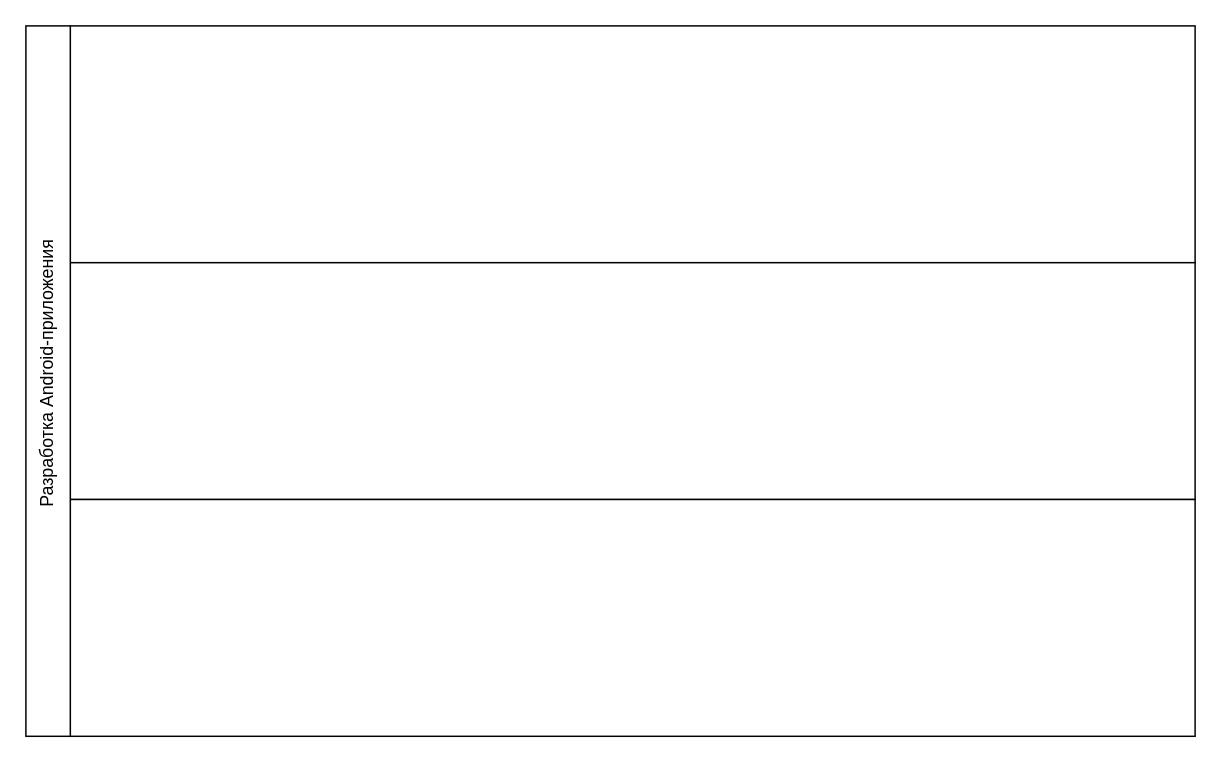
pewish/LR2-SARO keeps this draw.io diagram as Диаграмма без названия.drawio. Above is the earlier version. Source tidied: cells renumbered, new cells numbered last; positions are measured from the earlier drawing's top-left corner, leaving out a move shared by most shapes. Both pictures are drawn from the tidied source at 148%, with x=0, y=0 at pixel (-93, 25).
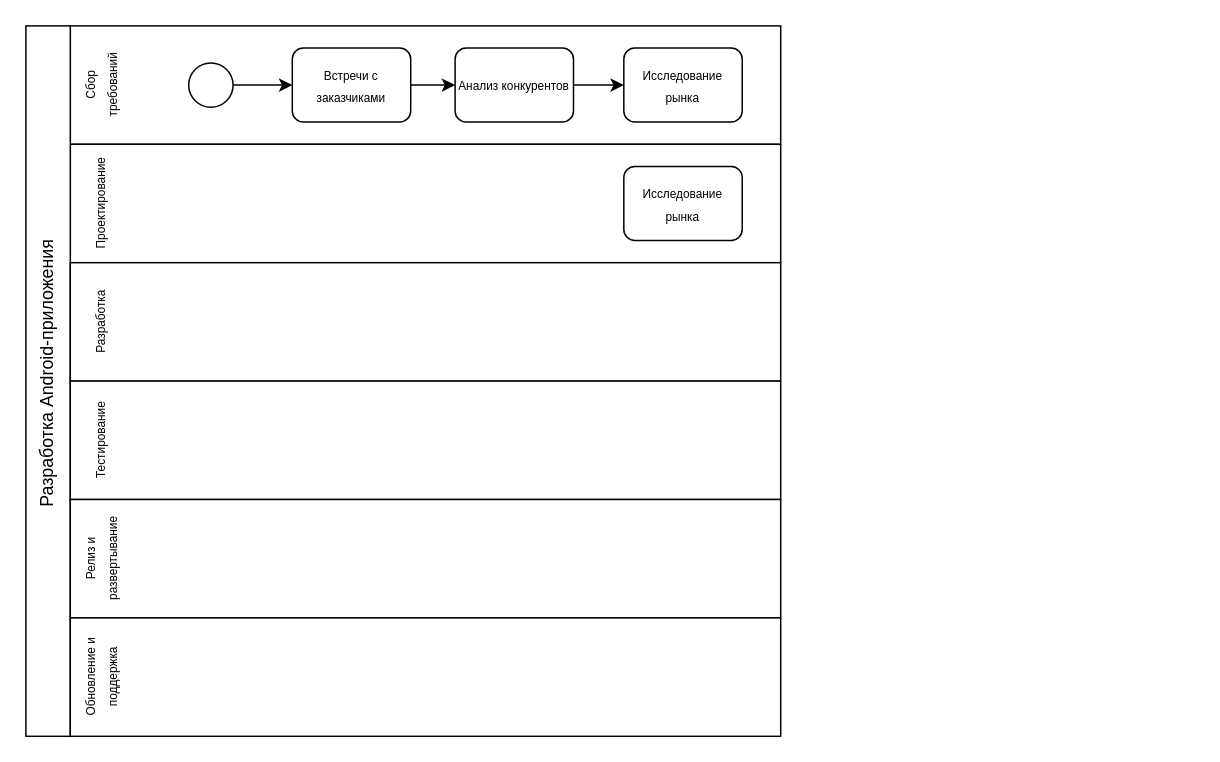
Above is the later version.

Diff of the diagram source:
```diff
@@
     <mxCell id="2" style="rounded=0;whiteSpace=wrap;html=1;" parent="1" vertex="1">
-      <mxGeometry x="110" width="760" height="160" as="geometry" />
+      <mxGeometry x="110" width="480" height="80" as="geometry" />
     </mxCell>
     <mxCell id="3" style="rounded=0;whiteSpace=wrap;html=1;" parent="1" vertex="1">
-      <mxGeometry x="110" y="160" width="760" height="160" as="geometry" />
+      <mxGeometry x="110" y="80" width="480" height="80" as="geometry" />
     </mxCell>
-    <mxCell id="4" style="rounded=0;whiteSpace=wrap;html=1;" parent="1" vertex="1">
-      <mxGeometry x="110" y="320" width="760" height="160" as="geometry" />
-    </mxCell>
@@
+    <mxCell id="7" style="rounded=0;whiteSpace=wrap;html=1;" parent="1" vertex="1">
+      <mxGeometry x="110" y="160" width="480" height="80" as="geometry" />
+    </mxCell>
+    <mxCell id="8" style="rounded=0;whiteSpace=wrap;html=1;" parent="1" vertex="1">
+      <mxGeometry x="110" y="240" width="480" height="80" as="geometry" />
+    </mxCell>
+    <mxCell id="9" style="rounded=0;whiteSpace=wrap;html=1;" parent="1" vertex="1">
+      <mxGeometry x="110" y="320" width="480" height="80" as="geometry" />
+    </mxCell>
+    <mxCell id="10" style="rounded=0;whiteSpace=wrap;html=1;" parent="1" vertex="1">
+      <mxGeometry x="110" y="400" width="480" height="80" as="geometry" />
+    </mxCell>
+    <mxCell id="11" value="&lt;font style=&quot;font-size: 8px;&quot;&gt;Проектирование&lt;/font&gt;" style="text;html=1;strokeColor=none;fillColor=none;align=center;verticalAlign=middle;whiteSpace=wrap;rounded=0;rotation=270;" parent="1" vertex="1">
+      <mxGeometry x="100" y="105" width="60" height="30" as="geometry" />
+    </mxCell>
+    <mxCell id="12" value="&lt;font style=&quot;font-size: 8px;&quot;&gt;Сбор требований&lt;/font&gt;" style="text;html=1;strokeColor=none;fillColor=none;align=center;verticalAlign=middle;whiteSpace=wrap;rounded=0;rotation=270;" parent="1" vertex="1">
+      <mxGeometry x="100" y="25" width="60" height="30" as="geometry" />
+    </mxCell>
+    <mxCell id="13" value="&lt;font style=&quot;font-size: 8px;&quot;&gt;Разработка&lt;/font&gt;" style="text;html=1;strokeColor=none;fillColor=none;align=center;verticalAlign=middle;whiteSpace=wrap;rounded=0;rotation=270;" parent="1" vertex="1">
+      <mxGeometry x="100" y="185" width="60" height="30" as="geometry" />
+    </mxCell>
+    <mxCell id="14" value="&lt;font style=&quot;font-size: 8px;&quot;&gt;Тестирование&lt;/font&gt;" style="text;html=1;strokeColor=none;fillColor=none;align=center;verticalAlign=middle;whiteSpace=wrap;rounded=0;rotation=270;" parent="1" vertex="1">
+      <mxGeometry x="100" y="265" width="60" height="30" as="geometry" />
+    </mxCell>
+    <mxCell id="15" value="&lt;font style=&quot;font-size: 8px;&quot;&gt;Релиз и развертывание&lt;/font&gt;" style="text;html=1;strokeColor=none;fillColor=none;align=center;verticalAlign=middle;whiteSpace=wrap;rounded=0;rotation=270;" parent="1" vertex="1">
+      <mxGeometry x="100" y="345" width="60" height="30" as="geometry" />
+    </mxCell>
+    <mxCell id="16" value="&lt;font style=&quot;font-size: 8px;&quot;&gt;Обновление и поддержка&lt;/font&gt;" style="text;html=1;strokeColor=none;fillColor=none;align=center;verticalAlign=middle;whiteSpace=wrap;rounded=0;rotation=270;" parent="1" vertex="1">
+      <mxGeometry x="100" y="425" width="60" height="30" as="geometry" />
+    </mxCell>
+    <mxCell id="17" style="ellipse;whiteSpace=wrap;html=1;" parent="1" vertex="1">
+      <mxGeometry x="190" y="25" width="30" height="30" as="geometry" />
+    </mxCell>
+    <mxCell id="18" value="&lt;font style=&quot;font-size: 8px;&quot;&gt;Встречи с заказчиками&lt;/font&gt;" style="rounded=1;whiteSpace=wrap;html=1;" parent="1" vertex="1">
+      <mxGeometry x="260" y="15" width="80" height="50" as="geometry" />
+    </mxCell>
+    <mxCell id="19" style="endArrow=classic;html=1;rounded=0;entryX=0;entryY=0.5;entryDx=0;entryDy=0;" parent="1" edge="1" target="18">
+      <mxGeometry relative="1" as="geometry">
+        <mxPoint x="220" y="40" as="sourcePoint" />
+      </mxGeometry>
+    </mxCell>
+    <mxCell id="20" value="&lt;font style=&quot;font-size: 8px;&quot;&gt;Анализ конкурентов&lt;/font&gt;" style="rounded=1;whiteSpace=wrap;html=1;" parent="1" vertex="1">
+      <mxGeometry x="370" y="15" width="80" height="50" as="geometry" />
+    </mxCell>
+    <mxCell id="21" value="&lt;font style=&quot;font-size: 8px;&quot;&gt;Исследование рынка&lt;/font&gt;" style="rounded=1;whiteSpace=wrap;html=1;" parent="1" vertex="1">
+      <mxGeometry x="484" y="15" width="80" height="50" as="geometry" />
+    </mxCell>
+    <mxCell id="22" style="endArrow=classic;html=1;rounded=0;exitX=1;exitY=0.5;exitDx=0;exitDy=0;entryX=0;entryY=0.5;entryDx=0;entryDy=0;" parent="1" edge="1" source="18" target="20">
+      <mxGeometry relative="1" as="geometry" />
+    </mxCell>
+    <mxCell id="23" style="endArrow=classic;html=1;rounded=0;exitX=1;exitY=0.5;exitDx=0;exitDy=0;entryX=0;entryY=0.5;entryDx=0;entryDy=0;" parent="1" edge="1" source="20" target="21">
+      <mxGeometry relative="1" as="geometry" />
+    </mxCell>
+    <mxCell id="24" value="&lt;font style=&quot;font-size: 8px;&quot;&gt;Исследование рынка&lt;/font&gt;" style="rounded=1;whiteSpace=wrap;html=1;" parent="1" vertex="1">
+      <mxGeometry x="484" y="95" width="80" height="50" as="geometry" />
+    </mxCell>
```
